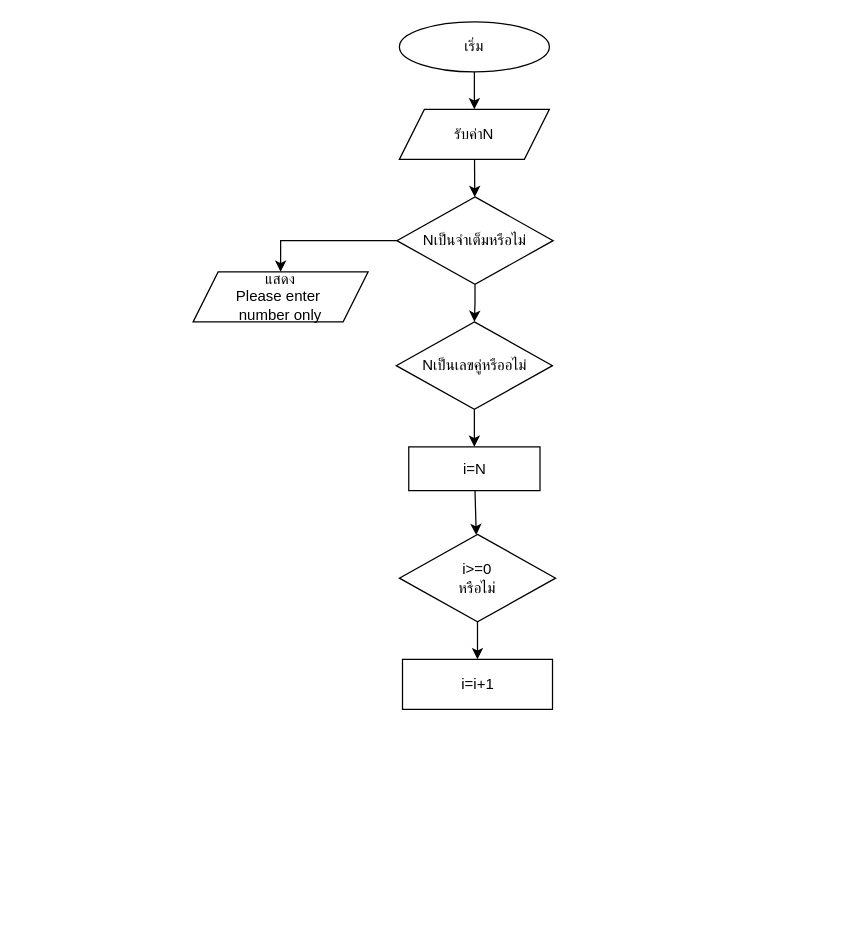
The draw.io diagram LAB/Lab06-For-Loop.drawio in Kitsanapong-F/ENGCC304, before the edit. Source tidied: cells renumbered, new cells numbered last; positions are measured from the earlier drawing's top-left corner, leaving out a move shared by most shapes. Both pictures are drawn from the tidied source at 125%, with x=0, y=0 at pixel (192, 21).
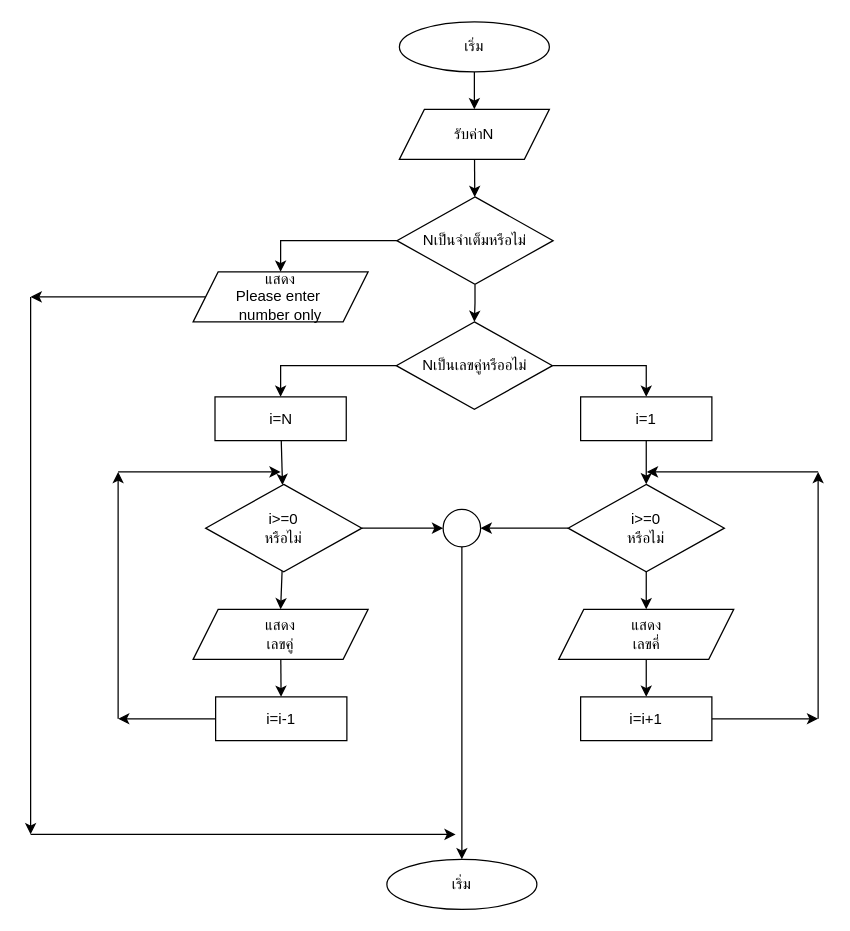
The same diagram, later.

Unchanged cells that the change refers to:
```xml
<mxCell id="9" value="แสดง&lt;div&gt;Please enter&amp;nbsp;&lt;/div&gt;&lt;div&gt;number&amp;nbsp;&lt;span style=&quot;background-color: transparent;&quot;&gt;only&lt;/span&gt;&lt;/div&gt;" style="shape=parallelogram;perimeter=parallelogramPerimeter;whiteSpace=wrap;html=1;fixedSize=1;" parent="1" vertex="1">
  <mxGeometry y="200" width="140" height="40" as="geometry" />
</mxCell>
<mxCell id="11" value="Nเป็นเลขคู่หรืออไม่" style="rhombus;whiteSpace=wrap;html=1;" parent="1" vertex="1">
  <mxGeometry x="162.5" y="240" width="125" height="70" as="geometry" />
</mxCell>
```

What changed in the source:
```diff
@@
+    <mxCell id="17" style="edgeStyle=none;html=1;" parent="1" edge="1" source="9">
+      <mxGeometry relative="1" as="geometry">
+        <mxPoint x="-130" y="220" as="targetPoint" />
+      </mxGeometry>
+    </mxCell>
@@
-    <mxCell id="10" style="edgeStyle=none;html=1;" parent="1" edge="1" source="11" target="13">
+    <mxCell id="10" style="edgeStyle=orthogonalEdgeStyle;html=1;rounded=0;entryX=0.5;entryY=0;entryDx=0;entryDy=0;" parent="1" edge="1" source="11" target="13">
       <mxGeometry relative="1" as="geometry" />
     </mxCell>
+    <mxCell id="18" style="edgeStyle=orthogonalEdgeStyle;html=1;entryX=0.5;entryY=0;entryDx=0;entryDy=0;rounded=0;" parent="1" edge="1" source="11" target="26">
+      <mxGeometry relative="1" as="geometry" />
+    </mxCell>
@@
     <mxCell id="13" value="i=N" style="whiteSpace=wrap;html=1;" parent="1" vertex="1">
-      <mxGeometry x="172.5" y="340" width="105" height="35" as="geometry" />
+      <mxGeometry x="17.5" y="300" width="105" height="35" as="geometry" />
     </mxCell>
-    <mxCell id="14" style="edgeStyle=none;html=1;" parent="1" edge="1" source="15" target="16">
-      <mxGeometry relative="1" as="geometry" />
-    </mxCell>
+    <mxCell id="19" style="edgeStyle=none;html=1;entryX=0.5;entryY=0;entryDx=0;entryDy=0;" parent="1" edge="1" source="15" target="22">
+      <mxGeometry relative="1" as="geometry" />
+    </mxCell>
+    <mxCell id="20" style="edgeStyle=none;html=1;" parent="1" edge="1" source="15" target="38">
+      <mxGeometry relative="1" as="geometry" />
+    </mxCell>
     <mxCell id="15" value="i&amp;gt;=0&lt;div&gt;หรือไม่&lt;/div&gt;" style="rhombus;whiteSpace=wrap;html=1;" parent="1" vertex="1">
-      <mxGeometry x="165" y="410" width="125" height="70" as="geometry" />
+      <mxGeometry x="10" y="370" width="125" height="70" as="geometry" />
     </mxCell>
+    <mxCell id="21" style="edgeStyle=none;html=1;" parent="1" edge="1" source="22" target="24">
+      <mxGeometry relative="1" as="geometry" />
+    </mxCell>
+    <mxCell id="22" value="แสดง&lt;div&gt;เลขคู่&lt;/div&gt;" style="shape=parallelogram;perimeter=parallelogramPerimeter;whiteSpace=wrap;html=1;fixedSize=1;" parent="1" vertex="1">
+      <mxGeometry y="470" width="140" height="40" as="geometry" />
+    </mxCell>
+    <mxCell id="23" style="edgeStyle=none;html=1;" parent="1" edge="1" source="24">
+      <mxGeometry relative="1" as="geometry">
+        <mxPoint x="-60" y="557.5" as="targetPoint" />
+      </mxGeometry>
+    </mxCell>
+    <mxCell id="24" value="i=i-1" style="whiteSpace=wrap;html=1;" parent="1" vertex="1">
+      <mxGeometry x="18" y="540" width="105" height="35" as="geometry" />
+    </mxCell>
+    <mxCell id="25" style="edgeStyle=none;html=1;" parent="1" edge="1" source="26" target="29">
+      <mxGeometry relative="1" as="geometry" />
+    </mxCell>
+    <mxCell id="26" value="i=1" style="whiteSpace=wrap;html=1;" parent="1" vertex="1">
+      <mxGeometry x="310" y="300" width="105" height="35" as="geometry" />
+    </mxCell>
+    <mxCell id="27" style="edgeStyle=none;html=1;" parent="1" edge="1" source="29" target="31">
+      <mxGeometry relative="1" as="geometry" />
+    </mxCell>
+    <mxCell id="28" style="edgeStyle=none;html=1;entryX=1;entryY=0.5;entryDx=0;entryDy=0;" parent="1" edge="1" source="29" target="38">
+      <mxGeometry relative="1" as="geometry" />
+    </mxCell>
+    <mxCell id="29" value="i&amp;gt;=0&lt;div&gt;หรือไม่&lt;/div&gt;" style="rhombus;whiteSpace=wrap;html=1;" parent="1" vertex="1">
+      <mxGeometry x="300" y="370" width="125" height="70" as="geometry" />
+    </mxCell>
+    <mxCell id="30" style="edgeStyle=none;html=1;" parent="1" edge="1" source="31" target="16">
+      <mxGeometry relative="1" as="geometry" />
+    </mxCell>
+    <mxCell id="31" value="แสดง&lt;div&gt;เลขคี่&lt;/div&gt;" style="shape=parallelogram;perimeter=parallelogramPerimeter;whiteSpace=wrap;html=1;fixedSize=1;" parent="1" vertex="1">
+      <mxGeometry x="292.5" y="470" width="140" height="40" as="geometry" />
+    </mxCell>
+    <mxCell id="32" style="edgeStyle=none;html=1;" parent="1" edge="1" source="16">
+      <mxGeometry relative="1" as="geometry">
+        <mxPoint x="500" y="557.5" as="targetPoint" />
+      </mxGeometry>
+    </mxCell>
     <mxCell id="16" value="i=i+1" style="whiteSpace=wrap;html=1;" parent="1" vertex="1">
-      <mxGeometry x="167.5" y="510" width="120" height="40" as="geometry" />
+      <mxGeometry x="310" y="540" width="105" height="35" as="geometry" />
     </mxCell>
+    <mxCell id="33" style="edgeStyle=none;html=1;" parent="1" edge="1">
+      <mxGeometry relative="1" as="geometry">
+        <mxPoint x="-60" y="557.5" as="sourcePoint" />
+        <mxPoint x="-60" y="360" as="targetPoint" />
+      </mxGeometry>
+    </mxCell>
+    <mxCell id="34" style="edgeStyle=none;html=1;" parent="1" edge="1">
+      <mxGeometry relative="1" as="geometry">
+        <mxPoint x="-60" y="360" as="sourcePoint" />
+        <mxPoint x="70" y="360" as="targetPoint" />
+      </mxGeometry>
+    </mxCell>
+    <mxCell id="35" style="edgeStyle=none;html=1;" parent="1" edge="1">
+      <mxGeometry relative="1" as="geometry">
+        <mxPoint x="500" y="557.5" as="sourcePoint" />
+        <mxPoint x="500" y="360" as="targetPoint" />
+      </mxGeometry>
+    </mxCell>
+    <mxCell id="36" style="edgeStyle=none;html=1;" parent="1" edge="1">
+      <mxGeometry relative="1" as="geometry">
+        <mxPoint x="500" y="360" as="sourcePoint" />
+        <mxPoint x="363" y="360" as="targetPoint" />
+      </mxGeometry>
+    </mxCell>
+    <mxCell id="37" style="edgeStyle=none;html=1;entryX=0.5;entryY=0;entryDx=0;entryDy=0;" parent="1" edge="1" source="38" target="39">
+      <mxGeometry relative="1" as="geometry" />
+    </mxCell>
+    <mxCell id="38" style="ellipse;whiteSpace=wrap;html=1;" parent="1" vertex="1">
+      <mxGeometry x="200" y="390" width="30" height="30" as="geometry" />
+    </mxCell>
+    <mxCell id="39" value="เริ่ม" style="ellipse;whiteSpace=wrap;html=1;" parent="1" vertex="1">
+      <mxGeometry x="155" y="670" width="120" height="40" as="geometry" />
+    </mxCell>
+    <mxCell id="40" style="edgeStyle=none;html=1;" parent="1" edge="1">
+      <mxGeometry relative="1" as="geometry">
+        <mxPoint x="-130" y="220" as="sourcePoint" />
+        <mxPoint x="-130" y="650" as="targetPoint" />
+      </mxGeometry>
+    </mxCell>
+    <mxCell id="41" style="edgeStyle=none;html=1;" parent="1" edge="1">
+      <mxGeometry relative="1" as="geometry">
+        <mxPoint x="-130" y="650" as="sourcePoint" />
+        <mxPoint x="210" y="650" as="targetPoint" />
+      </mxGeometry>
+    </mxCell>
```
